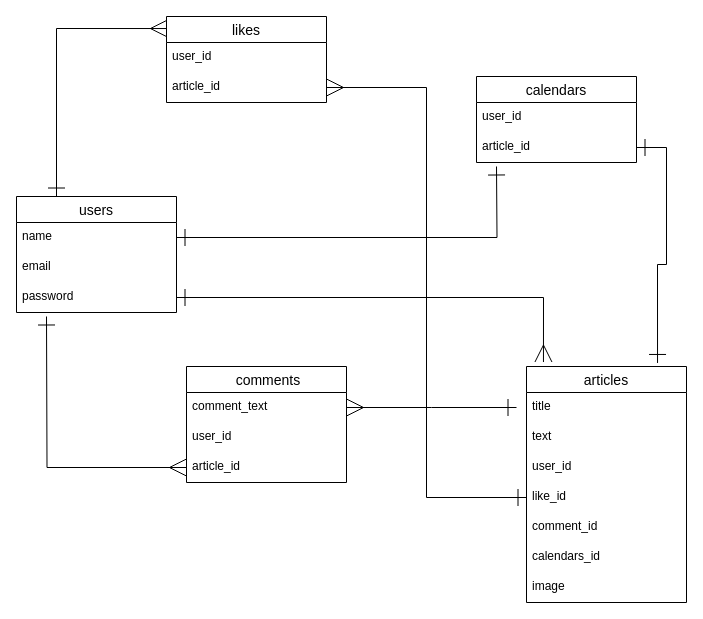
The draw.io diagram mjl.dio in yutakah2/mjl, before the edit. Source tidied: cells renumbered, new cells numbered last; positions are measured from the earlier drawing's top-left corner, leaving out a move shared by most shapes. Both pictures are drawn from the tidied source at 100%, with x=0, y=0 at pixel (16, 16).
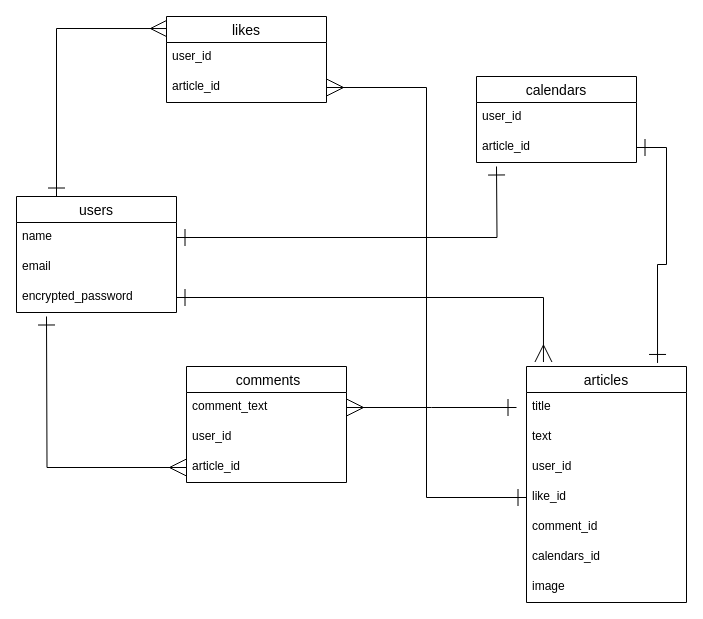
After the change.

Unchanged cells that the change refers to:
```xml
<mxCell id="3" value="users" style="swimlane;fontStyle=0;horizontal=1;startSize=26;align=center;fontSize=14;" parent="1" vertex="1">
  <mxGeometry y="180" width="160" height="116" as="geometry" />
</mxCell>
```

Diff of the diagram source:
```diff
@@
-    <mxCell id="6" value="password" style="text;strokeColor=none;fillColor=none;spacingLeft=4;spacingRight=4;overflow=hidden;points=[[0,0.5],[1,0.5]];portConstraint=eastwest;fontSize=12;" parent="3" vertex="1">
+    <mxCell id="6" value="encrypted_password" style="text;strokeColor=none;fillColor=none;spacingLeft=4;spacingRight=4;overflow=hidden;points=[[0,0.5],[1,0.5]];portConstraint=eastwest;fontSize=12;" parent="3" vertex="1">
       <mxGeometry y="86" width="160" height="30" as="geometry" />
     </mxCell>
```
